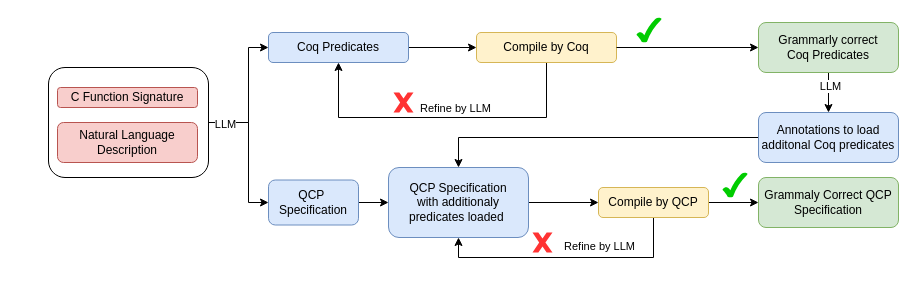
Zhang-Liao/draw-io keeps this draw.io diagram as llm-formal-spec.drawio. Above is the earlier version. Source tidied: cells renumbered, new cells numbered last; positions are measured from the earlier drawing's top-left corner, leaving out a move shared by most shapes. Both pictures are drawn from the tidied source at 100%, with x=0, y=0 at pixel (48, 17).
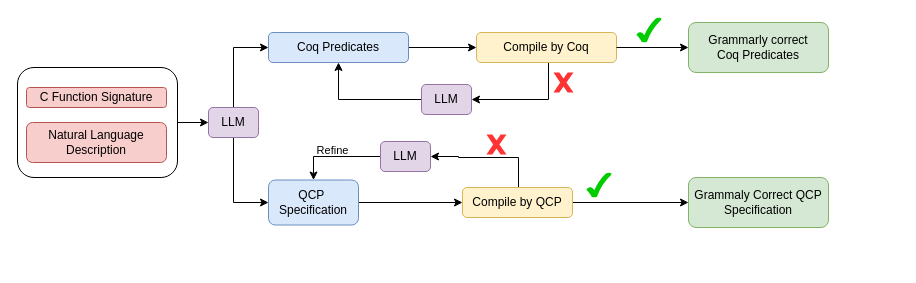
Above is the later version.

Unchanged cells that the change refers to:
```xml
<mxCell id="4" value="Compile&amp;nbsp;&lt;span style=&quot;background-color: transparent; color: light-dark(rgb(0, 0, 0), rgb(255, 255, 255));&quot;&gt;by Coq&lt;/span&gt;" style="rounded=1;whiteSpace=wrap;html=1;fillColor=#fff2cc;strokeColor=#d6b656;" parent="1" vertex="1">
  <mxGeometry x="428" y="15" width="140" height="30" as="geometry" />
</mxCell>
<mxCell id="6" value="Coq Predicates" style="rounded=1;whiteSpace=wrap;html=1;fillColor=#dae8fc;strokeColor=#6c8ebf;" parent="1" vertex="1">
  <mxGeometry x="220" y="15" width="140" height="30" as="geometry" />
</mxCell>
<mxCell id="8" value="QCP&amp;nbsp;&lt;div&gt;Specification&lt;/div&gt;" style="rounded=1;whiteSpace=wrap;html=1;fillColor=#dae8fc;strokeColor=#6c8ebf;" parent="1" vertex="1">
  <mxGeometry x="220" y="162.5" width="90" height="45" as="geometry" />
</mxCell>
<mxCell id="26" style="rounded=1;whiteSpace=wrap;html=1;" parent="25" vertex="1">
  <mxGeometry width="160" height="110" as="geometry" />
</mxCell>
```

The edit, as a diff of the source:
```diff
@@
-    <mxCell id="2" style="edgeStyle=orthogonalEdgeStyle;rounded=0;jettySize=auto;html=1;entryX=0.5;entryY=1;entryDx=0;entryDy=0;" parent="1" edge="1" source="4" target="6">
-      <mxGeometry relative="1" as="geometry">
-        <Array as="points">
-          <mxPoint x="498" y="100" />
-          <mxPoint x="290" y="100" />
-        </Array>
-      </mxGeometry>
-    </mxCell>
-    <mxCell id="3" value="Refine by LLM" style="edgeLabel;html=1;align=center;verticalAlign=middle;" parent="2" vertex="1">
-      <mxGeometry x="0.08" relative="1" as="geometry">
-        <mxPoint x="25" y="-10" as="offset" />
-      </mxGeometry>
-    </mxCell>
+    <mxCell id="33" style="edgeStyle=orthogonalEdgeStyle;rounded=0;jettySize=auto;html=1;entryX=1;entryY=0.5;entryDx=0;entryDy=0;" parent="1" edge="1" source="4" target="13">
+      <mxGeometry relative="1" as="geometry">
+        <Array as="points">
+          <mxPoint x="500" y="82" />
+        </Array>
+      </mxGeometry>
+    </mxCell>
@@
-    <mxCell id="7" style="edgeStyle=orthogonalEdgeStyle;rounded=0;jettySize=auto;html=1;exitX=1;exitY=0.5;exitDx=0;exitDy=0;" parent="1" edge="1" source="8" target="15">
-      <mxGeometry relative="1" as="geometry" />
-    </mxCell>
+    <mxCell id="34" style="edgeStyle=orthogonalEdgeStyle;rounded=0;jettySize=auto;html=1;" parent="1" edge="1" source="8" target="19">
+      <mxGeometry relative="1" as="geometry" />
+    </mxCell>
@@
-    <mxCell id="9" style="edgeStyle=orthogonalEdgeStyle;rounded=0;jettySize=auto;html=1;entryX=0.5;entryY=0;entryDx=0;entryDy=0;" parent="1" edge="1" source="11" target="13">
-      <mxGeometry relative="1" as="geometry" />
-    </mxCell>
-    <mxCell id="10" value="LLM" style="edgeLabel;html=1;align=center;verticalAlign=middle;" parent="9" vertex="1">
-      <mxGeometry x="-0.28" y="1" relative="1" as="geometry">
-        <mxPoint y="-1" as="offset" />
-      </mxGeometry>
-    </mxCell>
     <mxCell id="11" value="&lt;div&gt;Grammarly correct&lt;/div&gt;Coq Predicates" style="rounded=1;whiteSpace=wrap;html=1;fillColor=#d5e8d4;strokeColor=#82b366;" parent="1" vertex="1">
-      <mxGeometry x="710" y="5" width="140" height="50" as="geometry" />
+      <mxGeometry x="640" y="5" width="140" height="50" as="geometry" />
     </mxCell>
-    <mxCell id="12" style="edgeStyle=orthogonalEdgeStyle;rounded=0;jettySize=auto;html=1;entryX=0.5;entryY=0;entryDx=0;entryDy=0;" parent="1" edge="1" source="13" target="15">
-      <mxGeometry relative="1" as="geometry" />
-    </mxCell>
-    <mxCell id="13" value="Annotations to load additonal Coq predicates" style="rounded=1;whiteSpace=wrap;html=1;fillColor=#dae8fc;strokeColor=#6c8ebf;" parent="1" vertex="1">
-      <mxGeometry x="710" y="95" width="140" height="50" as="geometry" />
-    </mxCell>
-    <mxCell id="14" style="edgeStyle=orthogonalEdgeStyle;rounded=0;jettySize=auto;html=1;" parent="1" edge="1" source="15" target="19">
-      <mxGeometry relative="1" as="geometry" />
-    </mxCell>
-    <mxCell id="15" value="QCP Specification&lt;div&gt;with additionaly predicates loaded&amp;nbsp;&lt;/div&gt;" style="rounded=1;whiteSpace=wrap;html=1;fillColor=#dae8fc;strokeColor=#6c8ebf;" parent="1" vertex="1">
-      <mxGeometry x="340" y="150" width="140" height="70" as="geometry" />
-    </mxCell>
@@
-    <mxCell id="17" style="edgeStyle=orthogonalEdgeStyle;rounded=0;jettySize=auto;html=1;exitX=0.5;exitY=1;exitDx=0;exitDy=0;entryX=0.5;entryY=1;entryDx=0;entryDy=0;" parent="1" edge="1" source="19" target="15">
-      <mxGeometry relative="1" as="geometry" />
-    </mxCell>
-    <mxCell id="18" value="Refine by LLM" style="edgeLabel;html=1;align=center;verticalAlign=middle;" parent="17" vertex="1">
-      <mxGeometry x="0.1" y="4" relative="1" as="geometry">
-        <mxPoint x="45" y="-16" as="offset" />
-      </mxGeometry>
-    </mxCell>
+    <mxCell id="35" style="edgeStyle=orthogonalEdgeStyle;rounded=0;jettySize=auto;html=1;entryX=1;entryY=0.5;entryDx=0;entryDy=0;" parent="1" edge="1" source="19" target="43">
+      <mxGeometry relative="1" as="geometry">
+        <Array as="points">
+          <mxPoint x="470" y="140" />
+          <mxPoint x="410" y="140" />
+          <mxPoint x="410" y="139" />
+        </Array>
+      </mxGeometry>
+    </mxCell>
     <mxCell id="19" value="Compile&amp;nbsp;&lt;span style=&quot;background-color: transparent; color: light-dark(rgb(0, 0, 0), rgb(255, 255, 255));&quot;&gt;by QCP&lt;/span&gt;" style="rounded=1;whiteSpace=wrap;html=1;fillColor=#fff2cc;strokeColor=#d6b656;" parent="1" vertex="1">
-      <mxGeometry x="550" y="170" width="110" height="30" as="geometry" />
+      <mxGeometry x="414" y="170" width="110" height="30" as="geometry" />
     </mxCell>
     <mxCell id="20" value="Grammaly Correct QCP Specification" style="rounded=1;whiteSpace=wrap;html=1;fillColor=#d5e8d4;strokeColor=#82b366;" parent="1" vertex="1">
-      <mxGeometry x="710" y="160" width="140" height="50" as="geometry" />
+      <mxGeometry x="640" y="160" width="140" height="50" as="geometry" />
     </mxCell>
@@
     <mxCell id="23" style="verticalLabelPosition=bottom;verticalAlign=top;html=1;shape=mxgraph.basic.x;fillColor=#FF3333;strokeColor=none;" parent="1" vertex="1">
-      <mxGeometry x="345" y="75" width="20" height="20" as="geometry" />
+      <mxGeometry x="505" y="55" width="20" height="20" as="geometry" />
     </mxCell>
     <mxCell id="24" style="verticalLabelPosition=bottom;verticalAlign=top;html=1;shape=mxgraph.basic.tick;fillColor=#00CC00;strokeColor=none;" parent="1" vertex="1">
-      <mxGeometry x="674" y="155" width="25" height="25" as="geometry" />
+      <mxGeometry x="538" y="155" width="25" height="25" as="geometry" />
     </mxCell>
     <mxCell id="25" style="group;" parent="1" vertex="1">
-      <mxGeometry y="50" width="161" height="110" as="geometry" />
+      <mxGeometry x="-31" y="50" width="161" height="110" as="geometry" />
     </mxCell>
@@
-    <mxCell id="29" style="edgeStyle=orthogonalEdgeStyle;rounded=0;jettySize=auto;html=1;entryX=0;entryY=0.5;entryDx=0;entryDy=0;" parent="1" edge="1" source="26" target="6">
-      <mxGeometry relative="1" as="geometry">
-        <Array as="points">
-          <mxPoint x="200" y="105" />
-          <mxPoint x="200" y="30" />
-        </Array>
-      </mxGeometry>
-    </mxCell>
-    <mxCell id="30" style="edgeStyle=orthogonalEdgeStyle;rounded=0;jettySize=auto;html=1;entryX=0;entryY=0.5;entryDx=0;entryDy=0;" parent="1" edge="1" source="26" target="8">
-      <mxGeometry relative="1" as="geometry">
-        <Array as="points">
-          <mxPoint x="200" y="105" />
-          <mxPoint x="200" y="185" />
-        </Array>
-      </mxGeometry>
-    </mxCell>
-    <mxCell id="31" value="LLM" style="edgeLabel;html=1;align=center;verticalAlign=middle;" parent="30" vertex="1">
-      <mxGeometry x="-0.83" y="-1" relative="1" as="geometry">
-        <mxPoint x="4" as="offset" />
-      </mxGeometry>
-    </mxCell>
     <mxCell id="32" style="verticalLabelPosition=bottom;verticalAlign=top;html=1;shape=mxgraph.basic.x;fillColor=#FF3333;strokeColor=none;" parent="1" vertex="1">
-      <mxGeometry x="484" y="215" width="20" height="20" as="geometry" />
+      <mxGeometry x="438" y="117" width="20" height="20" as="geometry" />
     </mxCell>
+    <mxCell id="36" value="Refine" style="edgeLabel;html=1;align=center;verticalAlign=middle;" parent="1" vertex="1">
+      <mxGeometry x="286" y="134" as="geometry">
+        <mxPoint x="-3" y="-2" as="offset" />
+      </mxGeometry>
+    </mxCell>
+    <mxCell id="37" style="edgeStyle=orthogonalEdgeStyle;rounded=0;jettySize=auto;html=1;entryX=0.5;entryY=1;entryDx=0;entryDy=0;" parent="1" edge="1" source="13" target="6">
+      <mxGeometry relative="1" as="geometry" />
+    </mxCell>
+    <mxCell id="13" value="LLM" style="rounded=1;whiteSpace=wrap;html=1;fillColor=#e1d5e7;strokeColor=#9673a6;" parent="1" vertex="1">
+      <mxGeometry x="373" y="67" width="50" height="30" as="geometry" />
+    </mxCell>
+    <mxCell id="38" style="edgeStyle=orthogonalEdgeStyle;rounded=0;jettySize=auto;html=1;entryX=0;entryY=0.5;entryDx=0;entryDy=0;" parent="1" edge="1" source="40" target="6">
+      <mxGeometry relative="1" as="geometry">
+        <Array as="points">
+          <mxPoint x="185" y="30" />
+        </Array>
+      </mxGeometry>
+    </mxCell>
+    <mxCell id="39" style="edgeStyle=orthogonalEdgeStyle;rounded=0;jettySize=auto;html=1;entryX=0;entryY=0.5;entryDx=0;entryDy=0;" parent="1" edge="1" source="40" target="8">
+      <mxGeometry relative="1" as="geometry">
+        <Array as="points">
+          <mxPoint x="185" y="185" />
+        </Array>
+      </mxGeometry>
+    </mxCell>
+    <mxCell id="40" value="LLM" style="rounded=1;whiteSpace=wrap;html=1;fillColor=#e1d5e7;strokeColor=#9673a6;" parent="1" vertex="1">
+      <mxGeometry x="160" y="90" width="50" height="30" as="geometry" />
+    </mxCell>
+    <mxCell id="41" style="edgeStyle=orthogonalEdgeStyle;rounded=0;jettySize=auto;html=1;" parent="1" edge="1" source="26" target="40">
+      <mxGeometry relative="1" as="geometry" />
+    </mxCell>
+    <mxCell id="42" style="edgeStyle=orthogonalEdgeStyle;rounded=0;jettySize=auto;html=1;entryX=0.5;entryY=0;entryDx=0;entryDy=0;" parent="1" edge="1" source="43" target="8">
+      <mxGeometry relative="1" as="geometry" />
+    </mxCell>
+    <mxCell id="43" value="LLM" style="rounded=1;whiteSpace=wrap;html=1;fillColor=#e1d5e7;strokeColor=#9673a6;" parent="1" vertex="1">
+      <mxGeometry x="332" y="124" width="50" height="30" as="geometry" />
+    </mxCell>
```
